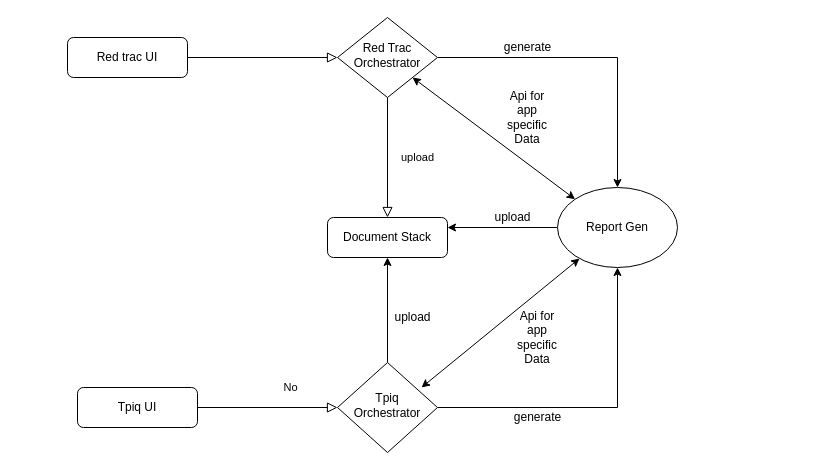
Above: Untitled Diagram.drawio in ZojitrA/diagrams (draw.io), before the change. Source tidied: cells renumbered, new cells numbered last; positions are measured from the earlier drawing's top-left corner, leaving out a move shared by most shapes. Both pictures are drawn from the tidied source at 100%, with x=0, y=0 at pixel (67, 17).
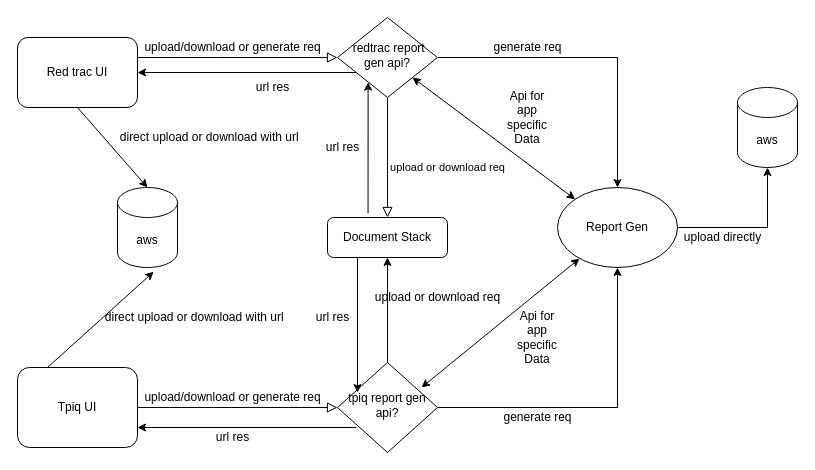
Above is the later version.

Commit message:
updated report gen api/tpsafe

The change refers to these unchanged cells:
```xml
<mxCell id="7" value="Document Stack" style="rounded=1;whiteSpace=wrap;html=1;fontSize=12;glass=0;strokeWidth=1;shadow=0;" parent="1" vertex="1">
  <mxGeometry x="260" y="200" width="120" height="40" as="geometry" />
</mxCell>
<mxCell id="15" value="Report Gen" style="ellipse;whiteSpace=wrap;html=1;" parent="1" vertex="1">
  <mxGeometry x="490" y="170" width="120" height="80" as="geometry" />
</mxCell>
```

Change to the diagram source:
```diff
@@
     <mxCell id="2" style="rounded=0;html=1;jettySize=auto;fontSize=11;endArrow=block;endFill=0;endSize=8;strokeWidth=1;shadow=0;labelBackgroundColor=none;edgeStyle=orthogonalEdgeStyle;" parent="1" edge="1" source="3" target="6">
-      <mxGeometry relative="1" as="geometry" />
+      <mxGeometry relative="1" as="geometry">
+        <Array as="points">
+          <mxPoint x="150" y="40" />
+          <mxPoint x="150" y="40" />
+        </Array>
+      </mxGeometry>
     </mxCell>
     <mxCell id="3" value="Red trac UI" style="rounded=1;whiteSpace=wrap;html=1;fontSize=12;glass=0;strokeWidth=1;shadow=0;" parent="1" vertex="1">
-      <mxGeometry y="20" width="120" height="40" as="geometry" />
+      <mxGeometry x="-50" y="20" width="120" height="70" as="geometry" />
     </mxCell>
-    <mxCell id="4" value="upload" style="edgeStyle=orthogonalEdgeStyle;rounded=0;html=1;jettySize=auto;fontSize=11;endArrow=block;endFill=0;endSize=8;strokeWidth=1;shadow=0;labelBackgroundColor=none;" parent="1" edge="1" source="6" target="7">
-      <mxGeometry y="30" relative="1" as="geometry" />
+    <mxCell id="4" value="upload or download req" style="edgeStyle=orthogonalEdgeStyle;rounded=0;html=1;jettySize=auto;fontSize=11;endArrow=block;endFill=0;endSize=8;strokeWidth=1;shadow=0;labelBackgroundColor=none;" parent="1" edge="1" source="6" target="7">
+      <mxGeometry x="0.17" y="60" relative="1" as="geometry" />
     </mxCell>
@@
-    <mxCell id="6" value="Red Trac Orchestrator" style="rhombus;whiteSpace=wrap;html=1;shadow=0;fontFamily=Helvetica;fontSize=12;align=center;strokeWidth=1;spacing=6;spacingTop=-4;" parent="1" vertex="1">
+    <mxCell id="6" value="&amp;nbsp;redtrac report gen api?" style="rhombus;whiteSpace=wrap;html=1;shadow=0;fontFamily=Helvetica;fontSize=12;align=center;strokeWidth=1;spacing=6;spacingTop=-4;" parent="1" vertex="1">
       <mxGeometry x="270" width="100" height="80" as="geometry" />
     </mxCell>
@@
-    <mxCell id="8" value="No" style="rounded=0;html=1;jettySize=auto;fontSize=11;endArrow=block;endFill=0;endSize=8;strokeWidth=1;shadow=0;labelBackgroundColor=none;edgeStyle=orthogonalEdgeStyle;exitX=1;exitY=0.5;exitDx=0;exitDy=0;entryX=0;entryY=0.5;entryDx=0;entryDy=0;" parent="1" edge="1" source="12" target="11">
-      <mxGeometry x="0.33" y="20" relative="1" as="geometry" />
+    <mxCell id="8" style="rounded=0;html=1;jettySize=auto;fontSize=11;endArrow=block;endFill=0;endSize=8;strokeWidth=1;shadow=0;labelBackgroundColor=none;edgeStyle=orthogonalEdgeStyle;exitX=1;exitY=0.5;exitDx=0;exitDy=0;entryX=0;entryY=0.5;entryDx=0;entryDy=0;" parent="1" edge="1" source="12" target="11">
+      <mxGeometry x="0.33" y="20" relative="1" as="geometry">
+        <Array as="points">
+          <mxPoint x="130" y="390" />
+        </Array>
+      </mxGeometry>
     </mxCell>
@@
-    <mxCell id="11" value="Tpiq Orchestrator" style="rhombus;whiteSpace=wrap;html=1;shadow=0;fontFamily=Helvetica;fontSize=12;align=center;strokeWidth=1;spacing=6;spacingTop=-4;" parent="1" vertex="1">
+    <mxCell id="11" value="tpiq report gen api?" style="rhombus;whiteSpace=wrap;html=1;shadow=0;fontFamily=Helvetica;fontSize=12;align=center;strokeWidth=1;spacing=6;spacingTop=-4;" parent="1" vertex="1">
       <mxGeometry x="270" y="345" width="100" height="90" as="geometry" />
     </mxCell>
     <mxCell id="12" value="Tpiq UI" style="rounded=1;whiteSpace=wrap;html=1;fontSize=12;glass=0;strokeWidth=1;shadow=0;" parent="1" vertex="1">
-      <mxGeometry x="10" y="370" width="120" height="40" as="geometry" />
+      <mxGeometry x="-50" y="350" width="120" height="80" as="geometry" />
     </mxCell>
-    <mxCell id="13" value="upload" style="text;html=1;align=center;verticalAlign=middle;fillColor=none;strokeColor=none;rounded=0;" parent="1" vertex="1">
-      <mxGeometry x="320" y="290" width="50" height="20" as="geometry" />
+    <mxCell id="13" value="upload or download req" style="text;html=1;align=center;verticalAlign=middle;fillColor=none;strokeColor=none;rounded=0;" parent="1" vertex="1">
+      <mxGeometry x="300" y="270" width="140" height="20" as="geometry" />
     </mxCell>
-    <mxCell id="14" style="edgeStyle=orthogonalEdgeStyle;rounded=0;jettySize=auto;html=1;entryX=1;entryY=0.25;entryDx=0;entryDy=0;" parent="1" edge="1" source="15" target="7">
-      <mxGeometry relative="1" as="geometry" />
-    </mxCell>
+    <mxCell id="23" style="edgeStyle=orthogonalEdgeStyle;rounded=0;jettySize=auto;html=1;" parent="1" edge="1" source="15" target="24">
+      <mxGeometry relative="1" as="geometry" />
+    </mxCell>
@@
-    <mxCell id="16" value="upload" style="text;html=1;align=center;verticalAlign=middle;fillColor=none;strokeColor=none;rounded=0;" parent="1" vertex="1">
-      <mxGeometry x="420" y="190" width="50" height="20" as="geometry" />
+    <mxCell id="16" value="upload directly" style="text;html=1;align=center;verticalAlign=middle;fillColor=none;strokeColor=none;rounded=0;" parent="1" vertex="1">
+      <mxGeometry x="610" y="210" width="90" height="20" as="geometry" />
     </mxCell>
-    <mxCell id="17" value="generate" style="text;html=1;align=center;verticalAlign=middle;fillColor=none;strokeColor=none;rounded=0;" parent="1" vertex="1">
-      <mxGeometry x="440" y="390" width="60" height="20" as="geometry" />
+    <mxCell id="17" value="generate req" style="text;html=1;align=center;verticalAlign=middle;fillColor=none;strokeColor=none;rounded=0;" parent="1" vertex="1">
+      <mxGeometry x="430" y="390" width="80" height="20" as="geometry" />
     </mxCell>
@@
-    <mxCell id="19" value="generate" style="text;html=1;align=center;verticalAlign=middle;fillColor=none;strokeColor=none;rounded=0;" parent="1" vertex="1">
-      <mxGeometry x="430" y="20" width="60" height="20" as="geometry" />
+    <mxCell id="19" value="generate req" style="text;html=1;align=center;verticalAlign=middle;fillColor=none;strokeColor=none;rounded=0;" parent="1" vertex="1">
+      <mxGeometry x="420" y="20" width="80" height="20" as="geometry" />
     </mxCell>
@@
+    <mxCell id="24" value="aws" style="shape=cylinder3;whiteSpace=wrap;html=1;boundedLbl=1;backgroundOutline=1;size=15;" parent="1" vertex="1">
+      <mxGeometry x="670" y="70" width="60" height="80" as="geometry" />
+    </mxCell>
+    <mxCell id="25" value="aws" style="shape=cylinder3;whiteSpace=wrap;html=1;boundedLbl=1;backgroundOutline=1;size=15;" parent="1" vertex="1">
+      <mxGeometry x="50" y="170" width="60" height="80" as="geometry" />
+    </mxCell>
+    <mxCell id="26" style="endArrow=classic;html=1;entryX=0.306;entryY=0.808;entryDx=0;entryDy=0;entryPerimeter=0;exitX=0.338;exitY=-0.105;exitDx=0;exitDy=0;exitPerimeter=0;" parent="1" edge="1" source="7" target="6">
+      <mxGeometry relative="1" as="geometry" />
+    </mxCell>
+    <mxCell id="27" value="url res" style="text;html=1;align=center;verticalAlign=middle;fillColor=none;strokeColor=none;rounded=0;" parent="1" vertex="1">
+      <mxGeometry x="250" y="120" width="50" height="20" as="geometry" />
+    </mxCell>
+    <mxCell id="28" style="endArrow=classic;html=1;exitX=0.25;exitY=1;exitDx=0;exitDy=0;" parent="1" edge="1" source="7">
+      <mxGeometry relative="1" as="geometry">
+        <mxPoint x="290" y="375" as="targetPoint" />
+      </mxGeometry>
+    </mxCell>
+    <mxCell id="29" value="url res" style="text;html=1;align=center;verticalAlign=middle;fillColor=none;strokeColor=none;rounded=0;" parent="1" vertex="1">
+      <mxGeometry x="240" y="290" width="50" height="20" as="geometry" />
+    </mxCell>
+    <mxCell id="30" value="url res" style="text;html=1;align=center;verticalAlign=middle;fillColor=none;strokeColor=none;rounded=0;" parent="1" vertex="1">
+      <mxGeometry x="140" y="410" width="50" height="20" as="geometry" />
+    </mxCell>
+    <mxCell id="31" value="upload/download or generate req" style="text;html=1;align=center;verticalAlign=middle;fillColor=none;strokeColor=none;rounded=0;" parent="1" vertex="1">
+      <mxGeometry x="70" y="370" width="190" height="20" as="geometry" />
+    </mxCell>
+    <mxCell id="32" style="endArrow=classic;html=1;entryX=1;entryY=0.5;entryDx=0;entryDy=0;" parent="1" edge="1" target="3">
+      <mxGeometry relative="1" as="geometry">
+        <mxPoint x="289" y="55" as="sourcePoint" />
+      </mxGeometry>
+    </mxCell>
+    <mxCell id="33" style="endArrow=classic;html=1;entryX=1;entryY=0.75;entryDx=0;entryDy=0;" parent="1" edge="1" target="12">
+      <mxGeometry relative="1" as="geometry">
+        <mxPoint x="289" y="410" as="sourcePoint" />
+      </mxGeometry>
+    </mxCell>
+    <mxCell id="34" value="url res" style="text;html=1;align=center;verticalAlign=middle;fillColor=none;strokeColor=none;rounded=0;" parent="1" vertex="1">
+      <mxGeometry x="180" y="60" width="50" height="20" as="geometry" />
+    </mxCell>
+    <mxCell id="35" style="endArrow=classic;html=1;exitX=0.5;exitY=1;exitDx=0;exitDy=0;entryX=0.5;entryY=0;entryDx=0;entryDy=0;entryPerimeter=0;" parent="1" edge="1" source="3" target="25">
+      <mxGeometry relative="1" as="geometry" />
+    </mxCell>
+    <mxCell id="36" style="endArrow=classic;html=1;exitX=0.25;exitY=0;exitDx=0;exitDy=0;entryX=0.603;entryY=1.053;entryDx=0;entryDy=0;entryPerimeter=0;" parent="1" edge="1" source="12" target="25">
+      <mxGeometry relative="1" as="geometry" />
+    </mxCell>
+    <mxCell id="37" value="&amp;nbsp;direct upload or download with url" style="text;html=1;align=center;verticalAlign=middle;fillColor=none;strokeColor=none;rounded=0;" parent="1" vertex="1">
+      <mxGeometry x="25" y="290" width="200" height="20" as="geometry" />
+    </mxCell>
+    <mxCell id="38" value="&amp;nbsp;direct upload or download with url" style="text;html=1;align=center;verticalAlign=middle;fillColor=none;strokeColor=none;rounded=0;" parent="1" vertex="1">
+      <mxGeometry x="40" y="110" width="200" height="20" as="geometry" />
+    </mxCell>
+    <mxCell id="39" value="upload/download or generate req" style="text;html=1;align=center;verticalAlign=middle;fillColor=none;strokeColor=none;rounded=0;" parent="1" vertex="1">
+      <mxGeometry x="70" y="20" width="190" height="20" as="geometry" />
+    </mxCell>
```
